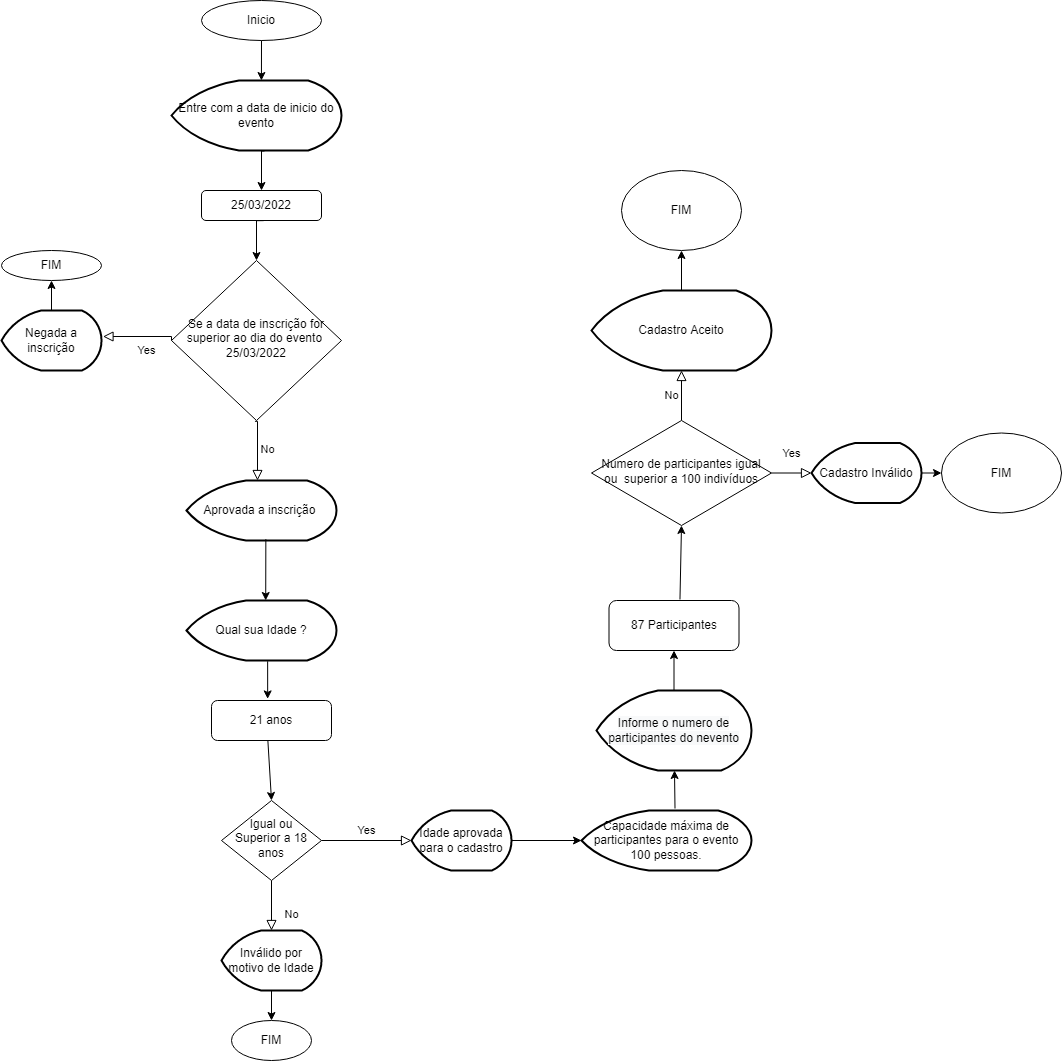
Above: Untitled Diagram.drawio.png in EvertonMDS/Fluxograma (draw.io), before the change. Source tidied: cells renumbered, new cells last; positions are measured from the earlier drawing's top-left corner, leaving out a move shared by most shapes.
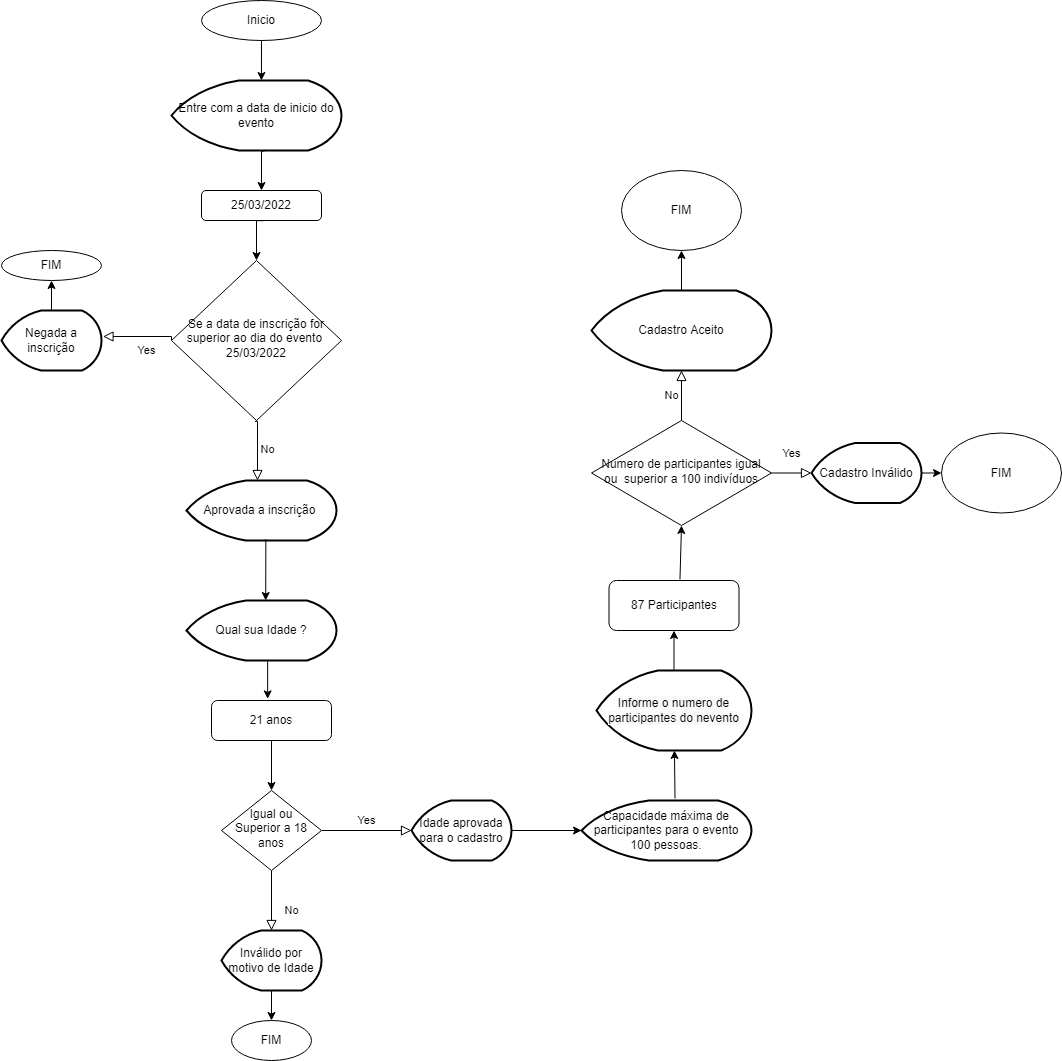
After the change.

What changed in the source:
```diff
@@ -12,7 +12,7 @@
       <mxGeometry y="10" relative="1" as="geometry" />
     </mxCell>
     <mxCell id="5" value="Igual ou Superior a 18 anos" style="rhombus;whiteSpace=wrap;html=1;shadow=0;fontFamily=Helvetica;fontSize=12;align=center;strokeWidth=1;spacing=6;spacingTop=-4;" parent="1" vertex="1">
-      <mxGeometry x="220" y="800" width="100" height="80" as="geometry" />
+      <mxGeometry x="220" y="790" width="100" height="80" as="geometry" />
     </mxCell>
     <mxCell id="6" value="Inicio" style="ellipse;whiteSpace=wrap;html=1;" parent="1" vertex="1">
       <mxGeometry x="200" width="120" height="40" as="geometry" />
@@ -80,7 +80,7 @@
     <mxCell id="21" style="endArrow=classic;html=1;rounded=0;entryX=0.468;entryY=-0.04;entryDx=0;entryDy=0;entryPerimeter=0;exitX=0.541;exitY=1.012;exitDx=0;exitDy=0;exitPerimeter=0;" parent="1" edge="1" source="18" target="20">
       <mxGeometry relative="1" as="geometry" />
     </mxCell>
-    <mxCell id="22" style="endArrow=classic;html=1;rounded=0;exitX=0.47;exitY=1.011;exitDx=0;exitDy=0;exitPerimeter=0;entryX=0.5;entryY=0;entryDx=0;entryDy=0;" parent="1" edge="1" source="20" target="5">
+    <mxCell id="22" style="endArrow=classic;html=1;rounded=0;exitX=0.5;exitY=1;exitDx=0;exitDy=0;entryX=0.5;entryY=0;entryDx=0;entryDy=0;" parent="1" edge="1" source="20" target="5">
       <mxGeometry relative="1" as="geometry" />
     </mxCell>
     <mxCell id="23" value="Inválido por motivo de Idade" style="strokeWidth=2;html=1;shape=mxgraph.flowchart.display;whiteSpace=wrap;" parent="1" vertex="1">
@@ -90,19 +90,19 @@
       <mxGeometry relative="1" as="geometry" />
     </mxCell>
     <mxCell id="25" value="Idade aprovada para o cadastro" style="strokeWidth=2;html=1;shape=mxgraph.flowchart.display;whiteSpace=wrap;" parent="1" vertex="1">
-      <mxGeometry x="410" y="810" width="100" height="60" as="geometry" />
+      <mxGeometry x="410" y="800" width="100" height="60" as="geometry" />
     </mxCell>
     <mxCell id="26" style="endArrow=classic;html=1;rounded=0;entryX=0;entryY=0.5;entryDx=0;entryDy=0;entryPerimeter=0;exitX=1;exitY=0.5;exitDx=0;exitDy=0;exitPerimeter=0;" parent="1" edge="1" source="25" target="27">
       <mxGeometry relative="1" as="geometry" />
     </mxCell>
     <mxCell id="27" value="Capacidade máxima de participantes para o evento 100 pessoas." style="strokeWidth=2;html=1;shape=mxgraph.flowchart.display;whiteSpace=wrap;" parent="1" vertex="1">
-      <mxGeometry x="580" y="810" width="170" height="60" as="geometry" />
+      <mxGeometry x="580" y="800" width="170" height="60" as="geometry" />
     </mxCell>
     <mxCell id="28" value="87 Participantes" style="rounded=1;whiteSpace=wrap;html=1;fontSize=12;glass=0;strokeWidth=1;shadow=0;" parent="1" vertex="1">
-      <mxGeometry x="607.5" y="600" width="130" height="50" as="geometry" />
+      <mxGeometry x="607.5" y="580" width="130" height="50" as="geometry" />
     </mxCell>
     <mxCell id="29" value="&#10;&#10;&lt;span style=&quot;color: rgb(0, 0, 0); font-family: helvetica; font-size: 12px; font-style: normal; font-weight: 400; letter-spacing: normal; text-align: center; text-indent: 0px; text-transform: none; word-spacing: 0px; background-color: rgb(248, 249, 250); display: inline; float: none;&quot;&gt;Informe o numero de participantes do nevento&lt;/span&gt;&#10;&#10;" style="strokeWidth=2;html=1;shape=mxgraph.flowchart.display;whiteSpace=wrap;" parent="1" vertex="1">
-      <mxGeometry x="595" y="690" width="155" height="80" as="geometry" />
+      <mxGeometry x="595" y="670" width="155" height="80" as="geometry" />
     </mxCell>
     <mxCell id="30" style="endArrow=classic;html=1;rounded=0;exitX=0.55;exitY=-0.033;exitDx=0;exitDy=0;exitPerimeter=0;" parent="1" edge="1" source="27" target="29">
       <mxGeometry relative="1" as="geometry" />
```
